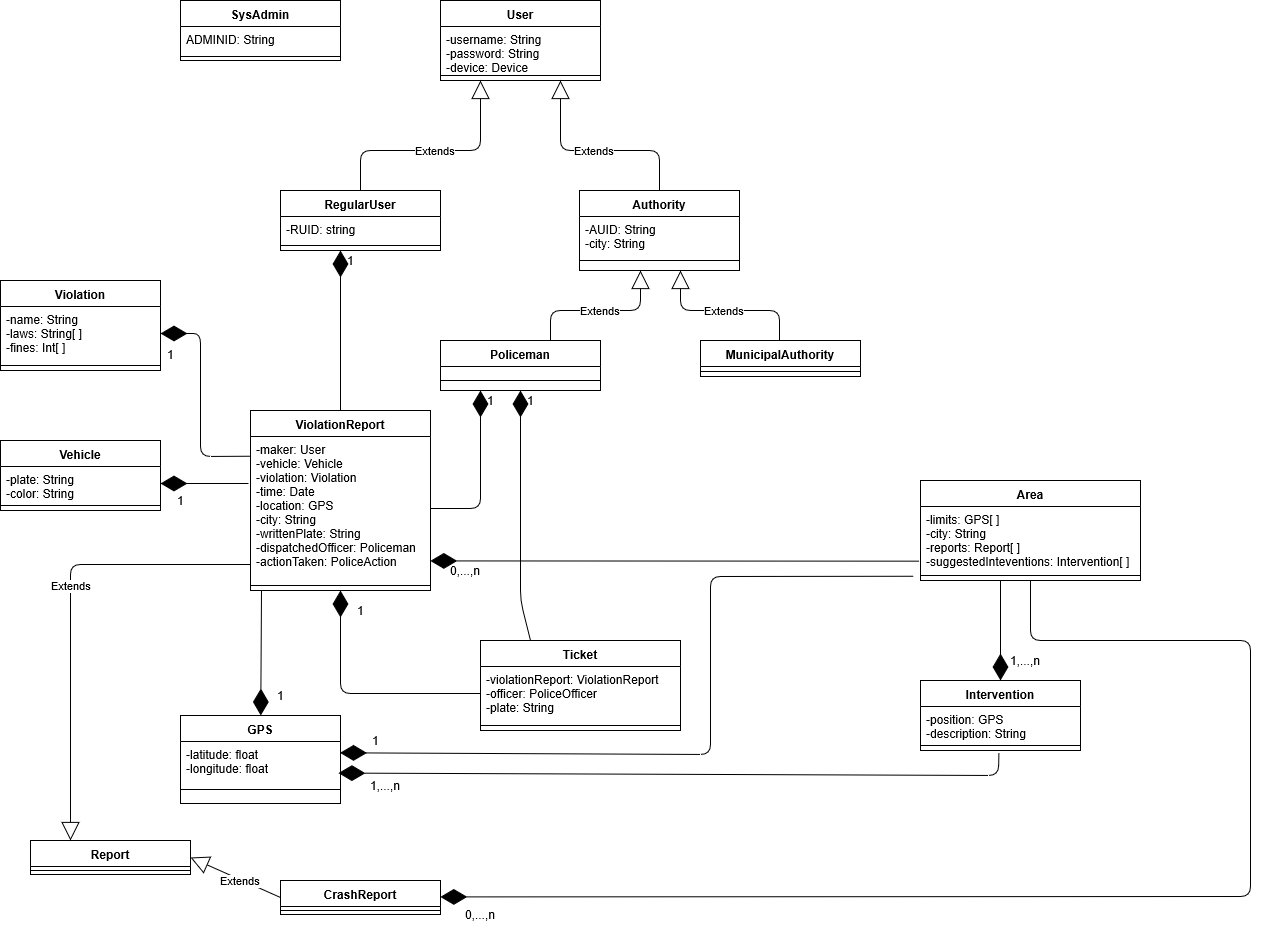
Earlier version of the draw.io export DD/Images/ADV_class_diagram.png (fafrullo2/PanzeriPeruginiPipita). Source tidied: cells renumbered, new cells last; positions are measured from the earlier drawing's top-left corner, leaving out a move shared by most shapes.
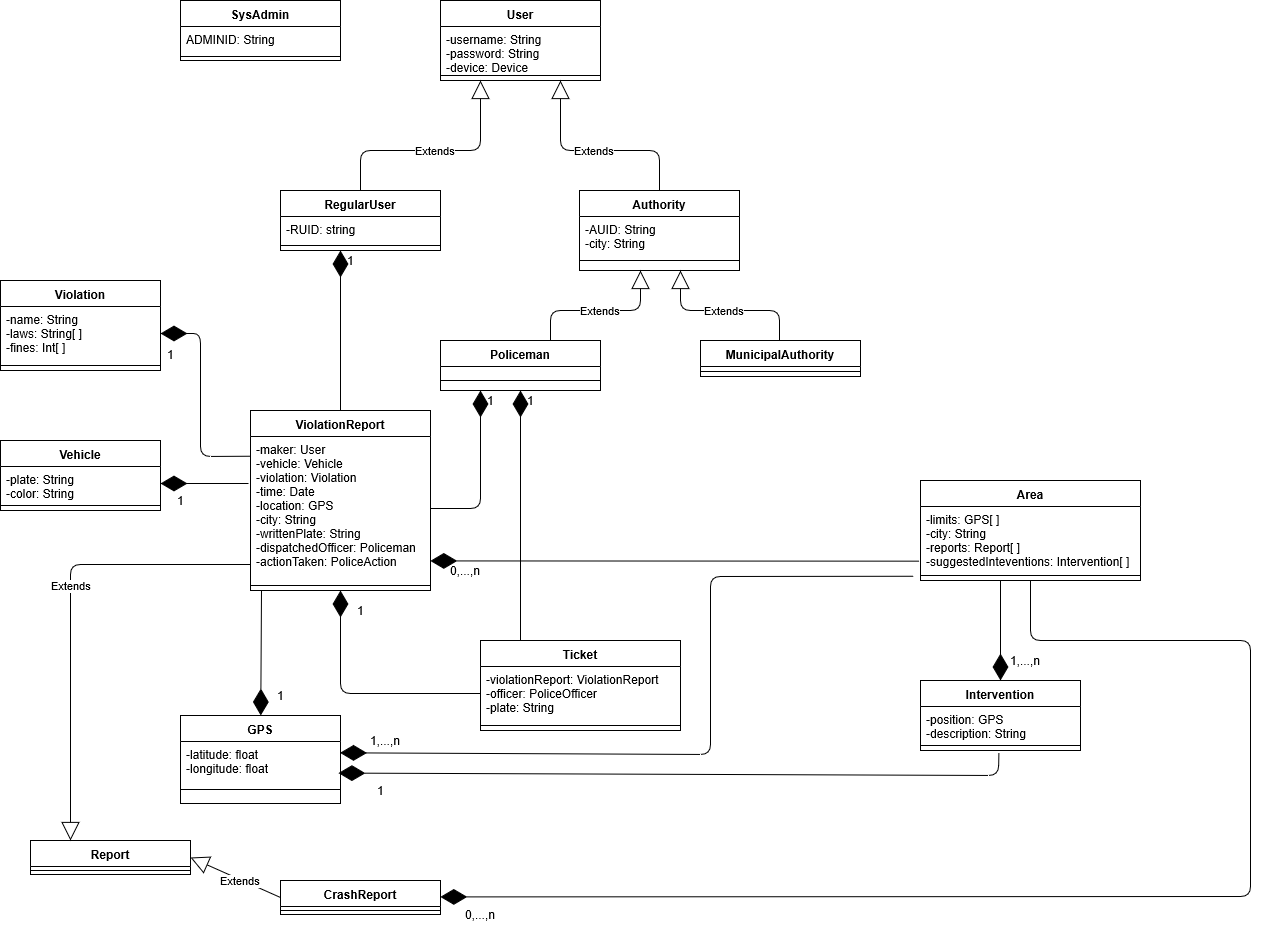
After the commit.

The edit, as a diff of the source:
```diff
@@ -160,8 +160,9 @@
         </Array>
       </mxGeometry>
     </mxCell>
-    <mxCell id="43" style="endArrow=diamondThin;endFill=1;endSize=24;html=1;exitX=0.25;exitY=0;exitDx=0;exitDy=0;" parent="1" edge="1" source="29" target="15">
+    <mxCell id="43" style="endArrow=diamondThin;endFill=1;endSize=24;html=1;" parent="1" edge="1" target="15">
       <mxGeometry relative="1" as="geometry">
+        <mxPoint x="520" y="640" as="sourcePoint" />
         <Array as="points">
           <mxPoint x="520" y="600" />
         </Array>
@@ -209,10 +210,10 @@
       </mxGeometry>
     </mxCell>
     <mxCell id="52" value="1,...,n" style="text;html=1;align=center;verticalAlign=middle;" parent="1" vertex="1">
-      <mxGeometry x="360" y="775" width="50" height="20" as="geometry" />
+      <mxGeometry x="360" y="730" width="50" height="20" as="geometry" />
     </mxCell>
     <mxCell id="53" value="1" style="text;html=1;align=center;verticalAlign=middle;" parent="1" vertex="1">
-      <mxGeometry x="365" y="730" width="20" height="20" as="geometry" />
+      <mxGeometry x="370" y="780" width="20" height="20" as="geometry" />
     </mxCell>
     <mxCell id="54" value="1" style="text;html=1;align=center;verticalAlign=middle;" parent="1" vertex="1">
       <mxGeometry x="350" y="600" width="20" height="20" as="geometry" />
```
